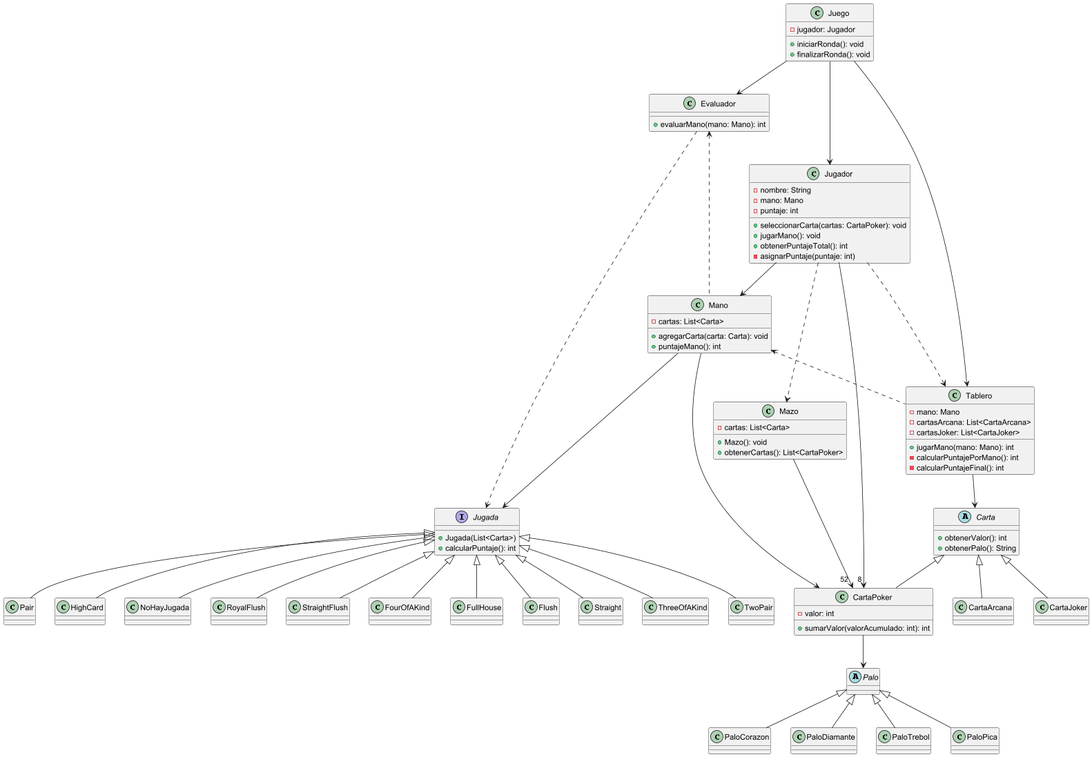
Earlier version of the PlantUML export diagrams/classes/Juego.png (Cbonchan/Balatro). Its diagram source:
```plantuml
@startuml
class Juego {
    - jugador: Jugador
    + iniciarRonda(): void
    + finalizarRonda(): void
}

class Jugador {
    - nombre: String
    - mano: Mano
    - puntaje: int

    +seleccionarCarta(cartas: CartaPoker): void
    +jugarMano(): void
    + obtenerPuntajeTotal(): int
    - asignarPuntaje(puntaje: int)

}

class Mano {
    - cartas: List<Carta>
    + agregarCarta(carta: Carta): void
    + puntajeMano(): int
}

abstract class Carta {

    + obtenerValor(): int
    + obtenerPalo(): String
}

class CartaPoker extends Carta{
    - valor: int
    +sumarValor(valorAcumulado: int): int
}

class CartaArcana extends Carta{
}

class CartaJoker extends Carta{
}

class Evaluador {
    + evaluarMano(mano: Mano): int
}

interface Jugada{
    +Jugada(List<Carta>)
    +calcularPuntaje(): int
}

class NoHayJugada extends Jugada{
}

class RoyalFlush extends Jugada{
}

class StraightFlush extends Jugada{
}

class FourOfAKind extends Jugada{
}

class FullHouse extends Jugada{
}

class Flush extends Jugada{
}

class Straight extends Jugada{
}

class ThreeOfAKind extends Jugada{
}

class TwoPair extends Jugada{
}

class Pair extends Jugada{
}

class HighCard extends Jugada{
}


abstract class Palo{
}

class PaloCorazon extends Palo{
}

class PaloDiamante extends Palo{
}

class PaloTrebol extends Palo{
}

class PaloPica extends Palo{
}

class Mazo{
    - cartas: List<Carta>
    +Mazo(): void
    +obtenerCartas(): List<CartaPoker>
}

class Tablero {
    - mano: Mano
    - cartasArcana: List<CartaArcana>
    - cartasJoker: List<CartaJoker>
    + jugarMano(mano: Mano): int
    - calcularPuntajePorMano(): int
    - calcularPuntajeFinal(): int
}

Jugador --> "8 " CartaPoker
Evaluador ..> Jugada
Juego ---> Jugador
Jugador --> Mano
Mano --> CartaPoker
Juego --> Evaluador
Evaluador <... Mano
Tablero --> Carta
Mano <.. Tablero
Jugador ..> Tablero
Mano ---> Jugada
Juego --> Tablero
Jugador ..> Mazo
Mazo --> "52 " CartaPoker
CartaPoker --> Palo

@enduml
```
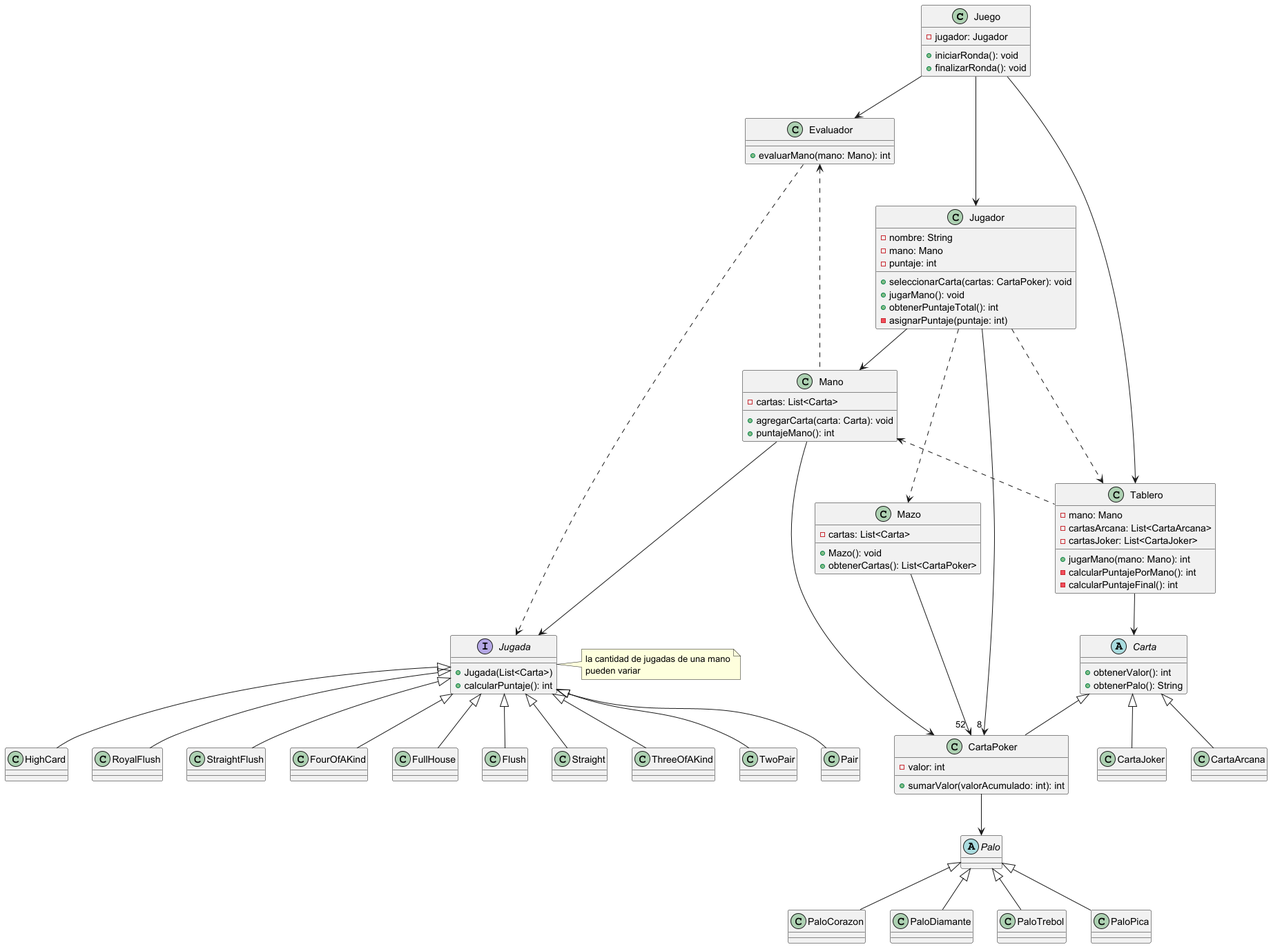
The same diagram one commit later.

Commit message:
cambio en cartaAlta

What changed in the source:
```diff
@@ -49,8 +49,6 @@
     +calcularPuntaje(): int
 }
 
-class NoHayJugada extends Jugada{
-}
 
 class RoyalFlush extends Jugada{
 }
@@ -123,6 +121,10 @@
 Tablero --> Carta
 Mano <.. Tablero
 Jugador ..> Tablero
+note right of Jugada
+        la cantidad de jugadas de una mano
+        pueden variar
+end note
 Mano ---> Jugada
 Juego --> Tablero
 Jugador ..> Mazo
```
